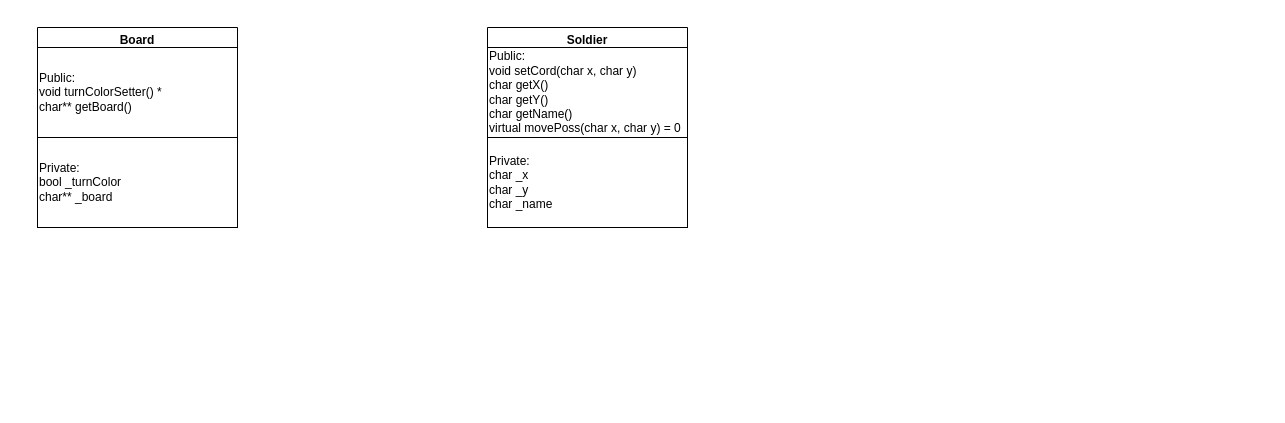
This is Magshimim Chess UML.drawio from alonshuld/Chess, a draw.io file, before an edit. Source tidied: cells renumbered, new cells numbered last; positions are measured from the earlier drawing's top-left corner, leaving out a move shared by most shapes. Both pictures are drawn from the tidied source at 100%, with x=0, y=0 at pixel (37, 27).
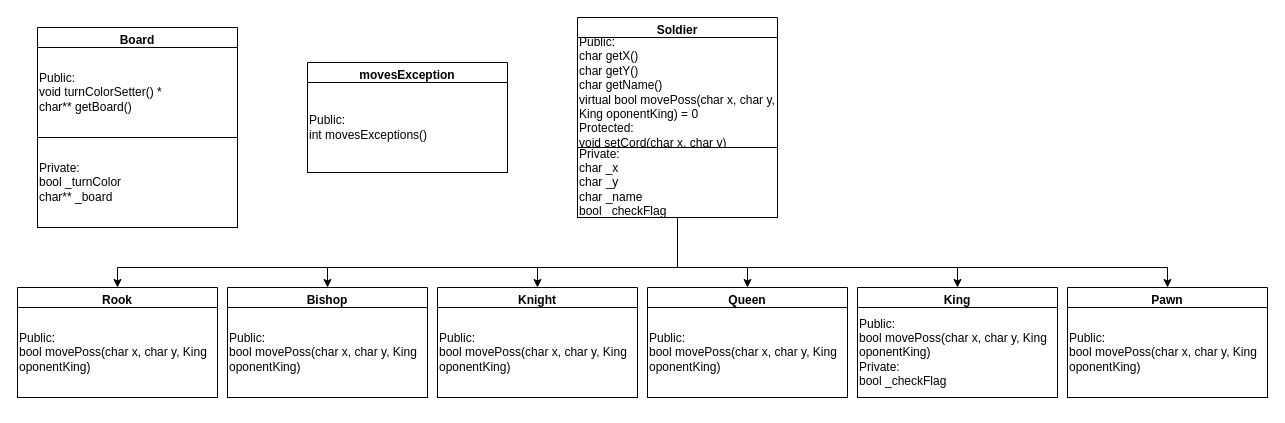
The same page after the edit.

Diff of the diagram source:
```diff
@@
+    <mxCell id="8" style="edgeStyle=orthogonalEdgeStyle;rounded=0;jettySize=auto;html=1;exitX=0.5;exitY=1;exitDx=0;exitDy=0;entryX=0.5;entryY=0;entryDx=0;entryDy=0;" parent="1" edge="1" source="5" target="14">
+      <mxGeometry relative="1" as="geometry">
+        <Array as="points">
+          <mxPoint x="640" y="240" />
+          <mxPoint x="290" y="240" />
+        </Array>
+      </mxGeometry>
+    </mxCell>
@@
+    <mxCell id="9" style="edgeStyle=orthogonalEdgeStyle;rounded=0;jettySize=auto;html=1;exitX=0.5;exitY=1;exitDx=0;exitDy=0;entryX=0.5;entryY=0;entryDx=0;entryDy=0;" parent="1" edge="1" source="7" target="11">
+      <mxGeometry relative="1" as="geometry">
+        <Array as="points">
+          <mxPoint x="640" y="240" />
+          <mxPoint x="80" y="240" />
+        </Array>
+      </mxGeometry>
+    </mxCell>
+    <mxCell id="10" style="edgeStyle=orthogonalEdgeStyle;rounded=0;jettySize=auto;html=1;exitX=0.5;exitY=1;exitDx=0;exitDy=0;entryX=0.5;entryY=0;entryDx=0;entryDy=0;" parent="1" edge="1" source="7" target="17">
+      <mxGeometry relative="1" as="geometry">
+        <Array as="points">
+          <mxPoint x="640" y="240" />
+          <mxPoint x="500" y="240" />
+        </Array>
+      </mxGeometry>
+    </mxCell>
     <mxCell id="5" value="Soldier" style="swimlane;" parent="1" vertex="1">
-      <mxGeometry x="450" width="200" height="200" as="geometry" />
+      <mxGeometry x="540" y="-10" width="200" height="200" as="geometry" />
     </mxCell>
-    <mxCell id="6" value="Public:&lt;br&gt;void setCord(char x, char y)&lt;br&gt;char getX()&lt;br&gt;char getY()&lt;br&gt;char getName()&lt;br&gt;virtual movePoss(char x, char y) = 0&lt;br&gt;" style="rounded=0;whiteSpace=wrap;html=1;align=left;" parent="5" vertex="1">
-      <mxGeometry y="20" width="200" height="90" as="geometry" />
+    <mxCell id="6" value="Public:&lt;br&gt;char getX()&lt;br&gt;char getY()&lt;br&gt;char getName()&lt;br&gt;virtual bool movePoss(char x, char y, King oponentKing) = 0&lt;br&gt;Protected:&lt;br&gt;void setCord(char x, char y)" style="rounded=0;whiteSpace=wrap;html=1;align=left;" parent="5" vertex="1">
+      <mxGeometry y="20" width="200" height="110" as="geometry" />
     </mxCell>
-    <mxCell id="7" value="Private:&lt;br&gt;char _x&lt;br&gt;char _y&lt;br&gt;char _name" style="rounded=0;whiteSpace=wrap;html=1;align=left;" parent="5" vertex="1">
-      <mxGeometry y="110" width="200" height="90" as="geometry" />
+    <mxCell id="7" value="Private:&lt;br&gt;char _x&lt;br&gt;char _y&lt;br&gt;char _name&lt;br&gt;bool _checkFlag" style="rounded=0;whiteSpace=wrap;html=1;align=left;" parent="5" vertex="1">
+      <mxGeometry y="130" width="200" height="70" as="geometry" />
     </mxCell>
+    <mxCell id="11" value="Rook" style="swimlane;" parent="1" vertex="1">
+      <mxGeometry x="-20" y="260" width="200" height="110" as="geometry" />
+    </mxCell>
+    <mxCell id="12" value="Public:&lt;br&gt;bool movePoss(char x, char y, King oponentKing)" style="rounded=0;whiteSpace=wrap;html=1;align=left;" parent="11" vertex="1">
+      <mxGeometry y="20" width="200" height="90" as="geometry" />
+    </mxCell>
+    <mxCell id="13" style="edgeStyle=orthogonalEdgeStyle;rounded=0;orthogonalLoop=1;jettySize=auto;html=1;exitX=0.5;exitY=1;exitDx=0;exitDy=0;" parent="11" edge="1" source="12" target="12">
+      <mxGeometry relative="1" as="geometry" />
+    </mxCell>
+    <mxCell id="14" value="Bishop" style="swimlane;" parent="1" vertex="1">
+      <mxGeometry x="190" y="260" width="200" height="110" as="geometry" />
+    </mxCell>
+    <mxCell id="15" value="Public:&lt;br&gt;bool movePoss(char x, char y, King oponentKing)" style="rounded=0;whiteSpace=wrap;html=1;align=left;" parent="14" vertex="1">
+      <mxGeometry y="20" width="200" height="90" as="geometry" />
+    </mxCell>
+    <mxCell id="16" style="edgeStyle=orthogonalEdgeStyle;rounded=0;orthogonalLoop=1;jettySize=auto;html=1;exitX=0.5;exitY=1;exitDx=0;exitDy=0;" parent="14" edge="1" source="15" target="15">
+      <mxGeometry relative="1" as="geometry" />
+    </mxCell>
+    <mxCell id="17" value="Knight" style="swimlane;" parent="1" vertex="1">
+      <mxGeometry x="400" y="260" width="200" height="110" as="geometry" />
+    </mxCell>
+    <mxCell id="18" value="Public:&lt;br&gt;bool movePoss(char x, char y, King oponentKing)" style="rounded=0;whiteSpace=wrap;html=1;align=left;" parent="17" vertex="1">
+      <mxGeometry y="20" width="200" height="90" as="geometry" />
+    </mxCell>
+    <mxCell id="19" style="edgeStyle=orthogonalEdgeStyle;rounded=0;orthogonalLoop=1;jettySize=auto;html=1;exitX=0.5;exitY=1;exitDx=0;exitDy=0;" parent="17" edge="1" source="18" target="18">
+      <mxGeometry relative="1" as="geometry" />
+    </mxCell>
+    <mxCell id="20" value="Queen" style="swimlane;" parent="1" vertex="1">
+      <mxGeometry x="610" y="260" width="200" height="110" as="geometry" />
+    </mxCell>
+    <mxCell id="21" value="Public:&lt;br&gt;bool movePoss(char x, char y, King oponentKing)" style="rounded=0;whiteSpace=wrap;html=1;align=left;" parent="20" vertex="1">
+      <mxGeometry y="20" width="200" height="90" as="geometry" />
+    </mxCell>
+    <mxCell id="22" style="edgeStyle=orthogonalEdgeStyle;rounded=0;orthogonalLoop=1;jettySize=auto;html=1;exitX=0.5;exitY=1;exitDx=0;exitDy=0;" parent="20" edge="1" source="21" target="21">
+      <mxGeometry relative="1" as="geometry" />
+    </mxCell>
+    <mxCell id="23" style="edgeStyle=orthogonalEdgeStyle;rounded=0;jettySize=auto;html=1;entryX=0.5;entryY=0;entryDx=0;entryDy=0;" parent="1" edge="1" target="20">
+      <mxGeometry relative="1" as="geometry">
+        <mxPoint x="640" y="200" as="sourcePoint" />
+        <Array as="points">
+          <mxPoint x="640" y="200" />
+          <mxPoint x="640" y="240" />
+          <mxPoint x="710" y="240" />
+        </Array>
+      </mxGeometry>
+    </mxCell>
+    <mxCell id="24" value="King" style="swimlane;" parent="1" vertex="1">
+      <mxGeometry x="820" y="260" width="200" height="110" as="geometry" />
+    </mxCell>
+    <mxCell id="25" value="Public:&lt;br&gt;bool movePoss(char x, char y, King oponentKing)&lt;br&gt;Private:&lt;br&gt;bool _checkFlag" style="rounded=0;whiteSpace=wrap;html=1;align=left;" parent="24" vertex="1">
+      <mxGeometry y="20" width="200" height="90" as="geometry" />
+    </mxCell>
+    <mxCell id="26" style="edgeStyle=orthogonalEdgeStyle;rounded=0;orthogonalLoop=1;jettySize=auto;html=1;exitX=0.5;exitY=1;exitDx=0;exitDy=0;" parent="24" edge="1" source="25" target="25">
+      <mxGeometry relative="1" as="geometry" />
+    </mxCell>
+    <mxCell id="27" style="edgeStyle=orthogonalEdgeStyle;rounded=0;jettySize=auto;html=1;exitX=0.5;exitY=1;exitDx=0;exitDy=0;entryX=0.5;entryY=0;entryDx=0;entryDy=0;" parent="1" edge="1" source="7" target="24">
+      <mxGeometry relative="1" as="geometry">
+        <Array as="points">
+          <mxPoint x="640" y="240" />
+          <mxPoint x="920" y="240" />
+        </Array>
+      </mxGeometry>
+    </mxCell>
+    <mxCell id="28" value="Pawn" style="swimlane;" parent="1" vertex="1">
+      <mxGeometry x="1030" y="260" width="200" height="110" as="geometry" />
+    </mxCell>
+    <mxCell id="29" value="Public:&lt;br&gt;bool movePoss(char x, char y, King oponentKing)" style="rounded=0;whiteSpace=wrap;html=1;align=left;" parent="28" vertex="1">
+      <mxGeometry y="20" width="200" height="90" as="geometry" />
+    </mxCell>
+    <mxCell id="30" style="edgeStyle=orthogonalEdgeStyle;rounded=0;orthogonalLoop=1;jettySize=auto;html=1;exitX=0.5;exitY=1;exitDx=0;exitDy=0;" parent="28" edge="1" source="29" target="29">
+      <mxGeometry relative="1" as="geometry" />
+    </mxCell>
+    <mxCell id="31" style="edgeStyle=orthogonalEdgeStyle;rounded=0;jettySize=auto;html=1;exitX=0.5;exitY=1;exitDx=0;exitDy=0;entryX=0.5;entryY=0;entryDx=0;entryDy=0;" parent="1" edge="1" source="7" target="28">
+      <mxGeometry relative="1" as="geometry">
+        <Array as="points">
+          <mxPoint x="640" y="240" />
+          <mxPoint x="1130" y="240" />
+        </Array>
+      </mxGeometry>
+    </mxCell>
+    <mxCell id="32" value="movesException" style="swimlane;startSize=23;" parent="1" vertex="1">
+      <mxGeometry x="270" y="35" width="200" height="110" as="geometry" />
+    </mxCell>
+    <mxCell id="33" value="Public:&lt;br&gt;int movesExceptions()" style="rounded=0;whiteSpace=wrap;html=1;align=left;" parent="32" vertex="1">
+      <mxGeometry y="20" width="200" height="90" as="geometry" />
+    </mxCell>
```
